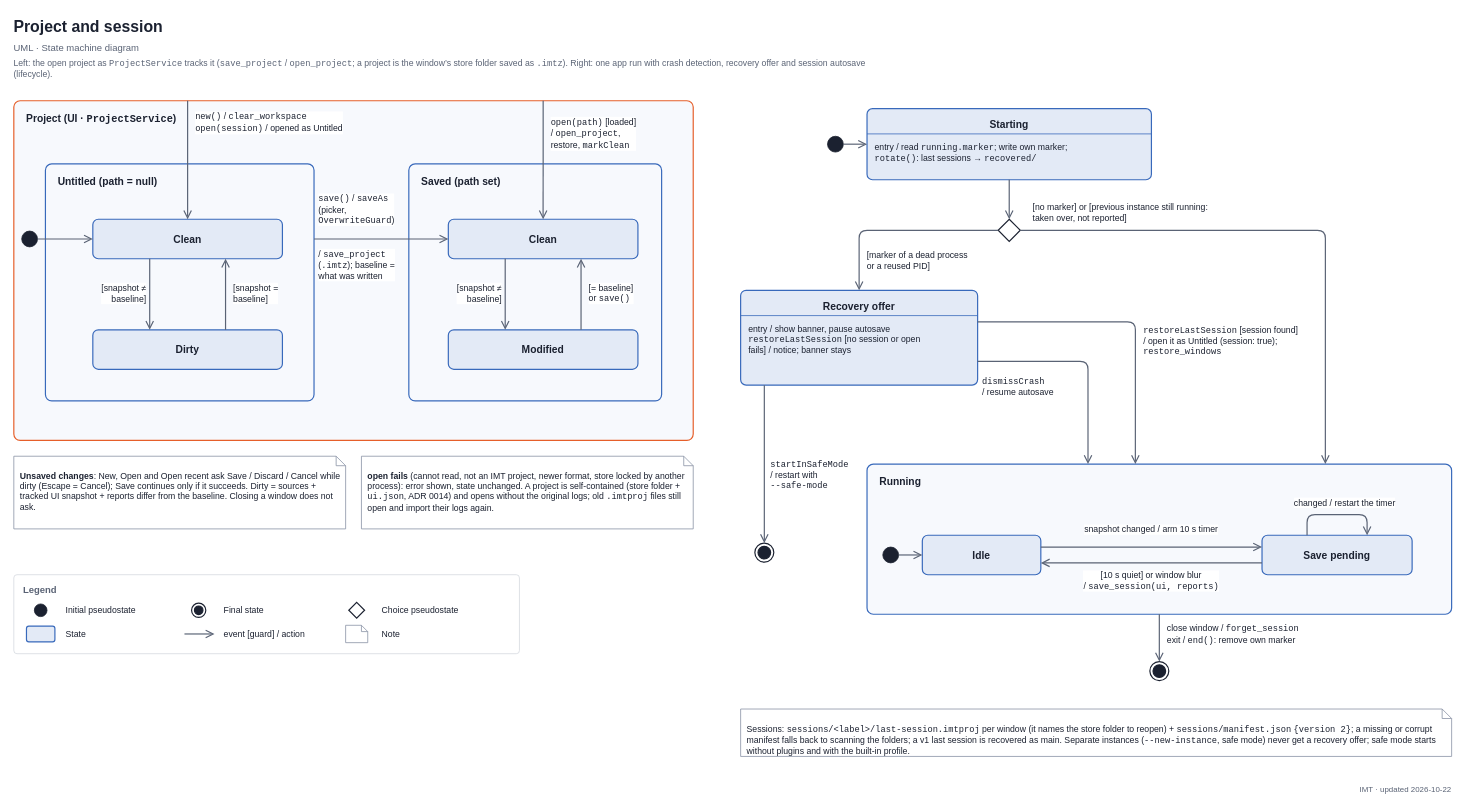
Above: docs/diagrams/uml-state-project.drawio in decryp7/integrated_maintenance_tool (draw.io), before the change. Source tidied: cells renumbered, new cells numbered last; positions are measured from the earlier drawing's top-left corner, leaving out a move shared by most shapes. Both pictures are drawn from the tidied source at 79%, with x=0, y=0 at pixel (13, 13).
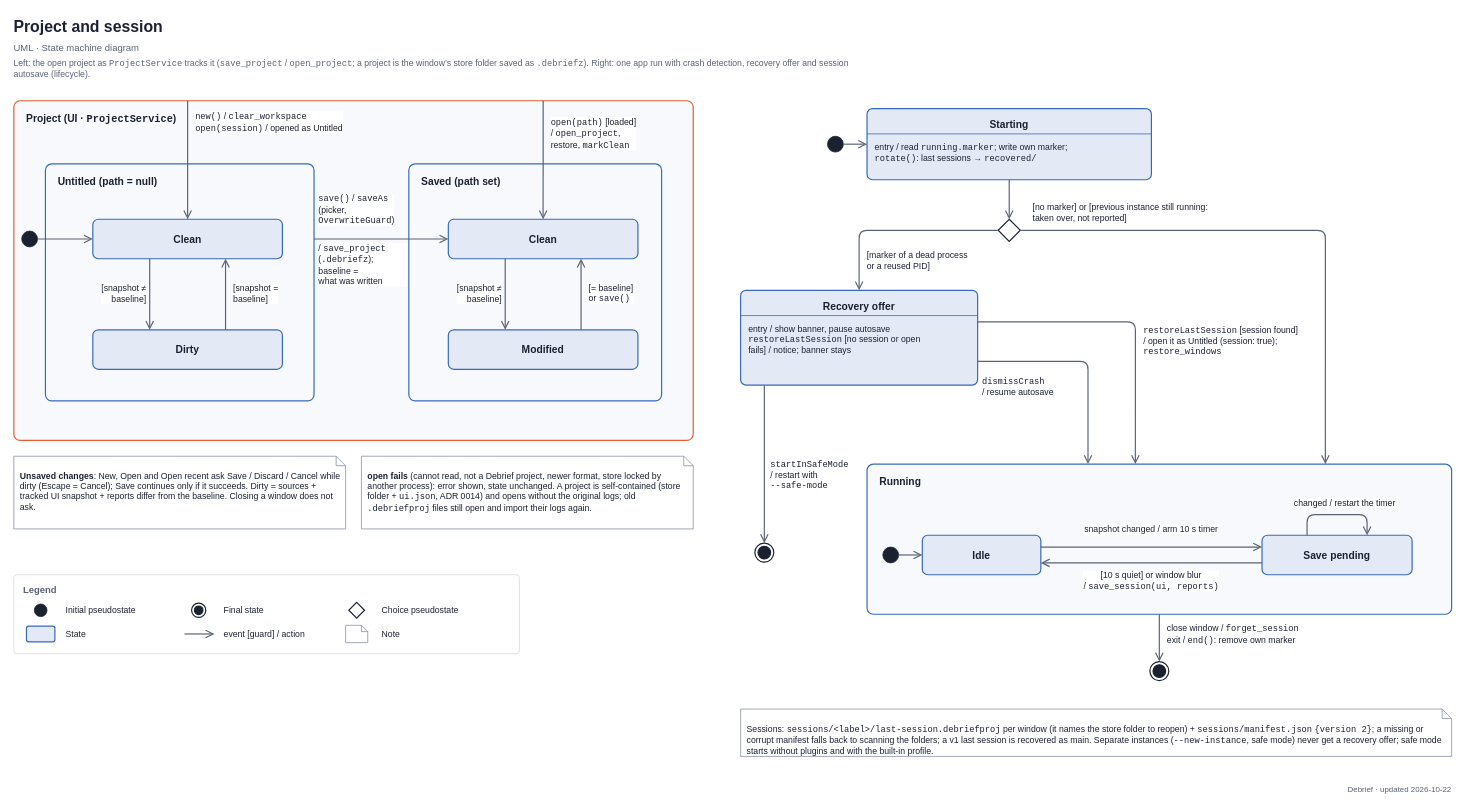
After the change.

Change to the diagram source:
```diff
@@
-    <mxCell id="4" value="&lt;span style=&quot;font-size:11px;color:#5A6375&quot;&gt;Left: the open project as &lt;span style=&quot;font-family:Consolas,Menlo,monospace;white-space:nowrap&quot;&gt;ProjectService&lt;/span&gt; tracks it (&lt;span style=&quot;font-family:Consolas,Menlo,monospace;white-space:nowrap&quot;&gt;save_project&lt;/span&gt; / &lt;span style=&quot;font-family:Consolas,Menlo,monospace;white-space:nowrap&quot;&gt;open_project&lt;/span&gt;; a project is the window’s store folder saved as &lt;span style=&quot;font-family:Consolas,Menlo,monospace;white-space:nowrap&quot;&gt;.imtz&lt;/span&gt;). Right: one app run with crash detection, recovery offer and session autosave (lifecycle).&lt;/span&gt;" style="fontFamily=Arial,Helvetica,sans-serif;html=1;whiteSpace=wrap;fontColor=#1B2130;fontSize=11;text;strokeColor=none;fillColor=none;spacing=0;align=left;verticalAlign=top;" parent="1" vertex="1">
+    <mxCell id="4" value="&lt;span style=&quot;font-size:11px;color:#5A6375&quot;&gt;Left: the open project as &lt;span style=&quot;font-family:Consolas,Menlo,monospace;white-space:nowrap&quot;&gt;ProjectService&lt;/span&gt; tracks it (&lt;span style=&quot;font-family:Consolas,Menlo,monospace;white-space:nowrap&quot;&gt;save_project&lt;/span&gt; / &lt;span style=&quot;font-family:Consolas,Menlo,monospace;white-space:nowrap&quot;&gt;open_project&lt;/span&gt;; a project is the window’s store folder saved as &lt;span style=&quot;font-family:Consolas,Menlo,monospace;white-space:nowrap&quot;&gt;.debriefz&lt;/span&gt;). Right: one app run with crash detection, recovery offer and session autosave (lifecycle).&lt;/span&gt;" style="fontFamily=Arial,Helvetica,sans-serif;html=1;whiteSpace=wrap;fontColor=#1B2130;fontSize=11;text;strokeColor=none;fillColor=none;spacing=0;align=left;verticalAlign=top;" parent="1" vertex="1">
       <mxGeometry y="52" width="1100" height="18" as="geometry" />
     </mxCell>
@@
-    <mxCell id="24" value="/ &lt;span style=&quot;font-family:Consolas,Menlo,monospace;white-space:nowrap&quot;&gt;save_project&lt;/span&gt;&lt;br&gt;(&lt;span style=&quot;font-family:Consolas,Menlo,monospace;white-space:nowrap&quot;&gt;.imtz&lt;/span&gt;); baseline =&lt;br&gt;what was written" style="fontFamily=Arial,Helvetica,sans-serif;html=1;whiteSpace=wrap;fontColor=#1B2130;fontSize=11;text;strokeColor=none;fillColor=none;spacing=0;align=left;verticalAlign=middle;fontSize=11;fontStyle=0;labelBackgroundColor=#FFFFFF;" parent="1" vertex="1">
+    <mxCell id="24" value="/ &lt;span style=&quot;font-family:Consolas,Menlo,monospace;white-space:nowrap&quot;&gt;save_project&lt;/span&gt;&lt;br&gt;(&lt;span style=&quot;font-family:Consolas,Menlo,monospace;white-space:nowrap&quot;&gt;.debriefz&lt;/span&gt;); baseline =&lt;br&gt;what was written" style="fontFamily=Arial,Helvetica,sans-serif;html=1;whiteSpace=wrap;fontColor=#1B2130;fontSize=11;text;strokeColor=none;fillColor=none;spacing=0;align=left;verticalAlign=middle;fontSize=11;fontStyle=0;labelBackgroundColor=#FFFFFF;" parent="1" vertex="1">
       <mxGeometry x="386" y="294" width="110" height="48" as="geometry" />
     </mxCell>
@@
-    <mxCell id="30" value="&lt;b&gt;open fails&lt;/b&gt; (cannot read, not an IMT project, newer format, store locked by another process): error shown, state unchanged. A project is self-contained (store folder + &lt;span style=&quot;font-family:Consolas,Menlo,monospace;white-space:nowrap&quot;&gt;ui.json&lt;/span&gt;, ADR 0014) and opens without the original logs; old &lt;span style=&quot;font-family:Consolas,Menlo,monospace;white-space:nowrap&quot;&gt;.imtproj&lt;/span&gt; files still open and import their logs again." style="fontFamily=Arial,Helvetica,sans-serif;html=1;whiteSpace=wrap;fontColor=#1B2130;fontSize=11;shape=note;size=12;strokeWidth=1;strokeColor=#8A93A6;fillColor=#FFFFFF;align=left;verticalAlign=top;spacing=8;spacingTop=6;fontSize=11;fontColor=#1B2130;" parent="1" vertex="1">
+    <mxCell id="30" value="&lt;b&gt;open fails&lt;/b&gt; (cannot read, not a Debrief project, newer format, store locked by another process): error shown, state unchanged. A project is self-contained (store folder + &lt;span style=&quot;font-family:Consolas,Menlo,monospace;white-space:nowrap&quot;&gt;ui.json&lt;/span&gt;, ADR 0014) and opens without the original logs; old &lt;span style=&quot;font-family:Consolas,Menlo,monospace;white-space:nowrap&quot;&gt;.debriefproj&lt;/span&gt; files still open and import their logs again." style="fontFamily=Arial,Helvetica,sans-serif;html=1;whiteSpace=wrap;fontColor=#1B2130;fontSize=11;shape=note;size=12;strokeWidth=1;strokeColor=#8A93A6;fillColor=#FFFFFF;align=left;verticalAlign=top;spacing=8;spacingTop=6;fontSize=11;fontColor=#1B2130;" parent="1" vertex="1">
       <mxGeometry x="440" y="560" width="420" height="92" as="geometry" />
     </mxCell>
@@
-    <mxCell id="66" value="Sessions: &lt;span style=&quot;font-family:Consolas,Menlo,monospace;white-space:nowrap&quot;&gt;sessions/&amp;lt;label&amp;gt;/last-session.imtproj&lt;/span&gt; per window (it names the store folder to reopen) + &lt;span style=&quot;font-family:Consolas,Menlo,monospace;white-space:nowrap&quot;&gt;sessions/manifest.json&lt;/span&gt; &lt;span style=&quot;font-family:Consolas,Menlo,monospace;white-space:nowrap&quot;&gt;{version 2}&lt;/span&gt;; a missing or corrupt manifest falls back to scanning the folders; a v1 last session is recovered as main. Separate instances (&lt;span style=&quot;font-family:Consolas,Menlo,monospace;white-space:nowrap&quot;&gt;--new-instance&lt;/span&gt;, safe mode) never get a recovery offer; safe mode starts without plugins and with the built-in profile." style="fontFamily=Arial,Helvetica,sans-serif;html=1;whiteSpace=wrap;fontColor=#1B2130;fontSize=11;shape=note;size=12;strokeWidth=1;strokeColor=#8A93A6;fillColor=#FFFFFF;align=left;verticalAlign=top;spacing=8;spacingTop=6;fontSize=11;fontColor=#1B2130;" parent="1" vertex="1">
+    <mxCell id="66" value="Sessions: &lt;span style=&quot;font-family:Consolas,Menlo,monospace;white-space:nowrap&quot;&gt;sessions/&amp;lt;label&amp;gt;/last-session.debriefproj&lt;/span&gt; per window (it names the store folder to reopen) + &lt;span style=&quot;font-family:Consolas,Menlo,monospace;white-space:nowrap&quot;&gt;sessions/manifest.json&lt;/span&gt; &lt;span style=&quot;font-family:Consolas,Menlo,monospace;white-space:nowrap&quot;&gt;{version 2}&lt;/span&gt;; a missing or corrupt manifest falls back to scanning the folders; a v1 last session is recovered as main. Separate instances (&lt;span style=&quot;font-family:Consolas,Menlo,monospace;white-space:nowrap&quot;&gt;--new-instance&lt;/span&gt;, safe mode) never get a recovery offer; safe mode starts without plugins and with the built-in profile." style="fontFamily=Arial,Helvetica,sans-serif;html=1;whiteSpace=wrap;fontColor=#1B2130;fontSize=11;shape=note;size=12;strokeWidth=1;strokeColor=#8A93A6;fillColor=#FFFFFF;align=left;verticalAlign=top;spacing=8;spacingTop=6;fontSize=11;fontColor=#1B2130;" parent="1" vertex="1">
       <mxGeometry x="920" y="880" width="900" height="60" as="geometry" />
     </mxCell>
@@
-    <mxCell id="80" value="&lt;span style=&quot;font-size:10px;color:#5A6375&quot;&gt;IMT · updated 2026-10-22&lt;/span&gt;" style="fontFamily=Arial,Helvetica,sans-serif;html=1;whiteSpace=wrap;fontColor=#1B2130;fontSize=11;text;strokeColor=none;fillColor=none;spacing=0;align=right;verticalAlign=top;" parent="1" vertex="1">
+    <mxCell id="80" value="&lt;span style=&quot;font-size:10px;color:#5A6375&quot;&gt;Debrief · updated 2026-10-22&lt;/span&gt;" style="fontFamily=Arial,Helvetica,sans-serif;html=1;whiteSpace=wrap;fontColor=#1B2130;fontSize=11;text;strokeColor=none;fillColor=none;spacing=0;align=right;verticalAlign=top;" parent="1" vertex="1">
       <mxGeometry x="1600" y="970" width="220" height="18" as="geometry" />
     </mxCell>
```
